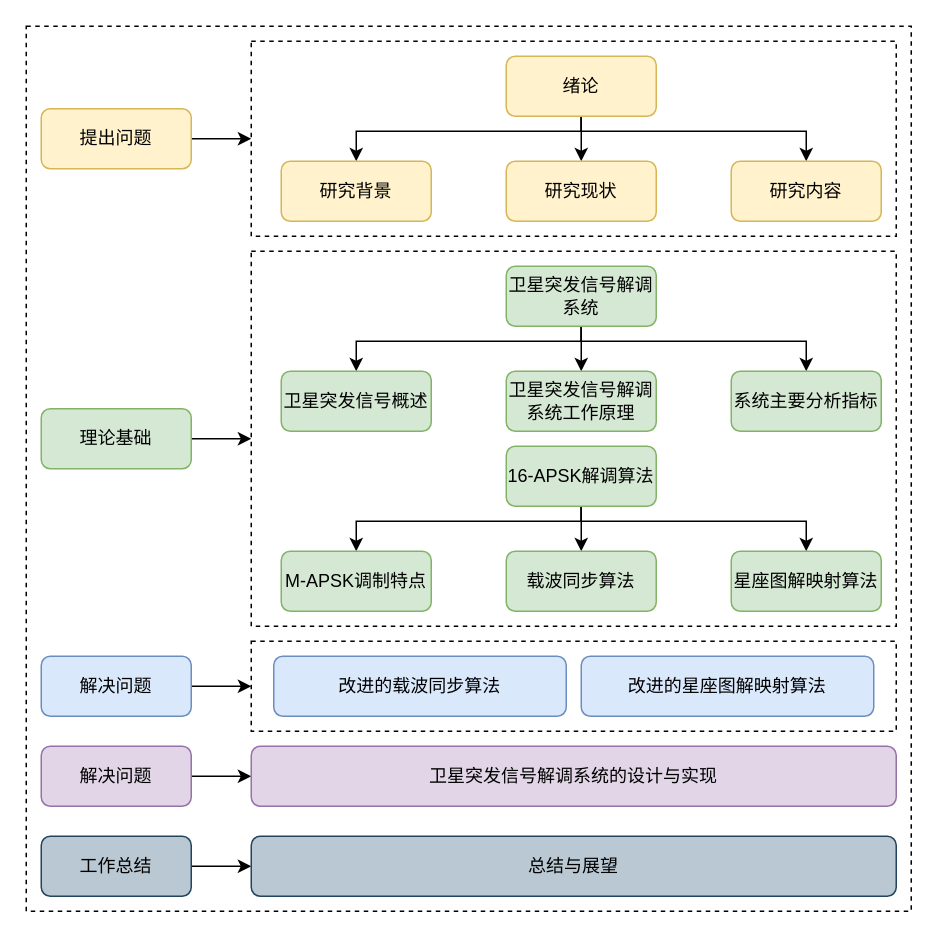
Earlier version of the draw.io diagram img/论文结构框架.drawio (Thesis7/satellite-burst-signal-demodulation-system-lab). Source tidied: cells renumbered, new cells numbered last; positions are measured from the earlier drawing's top-left corner, leaving out a move shared by most shapes. Both pictures are drawn from the tidied source at 150%, with x=0, y=0 at pixel (26, 26).
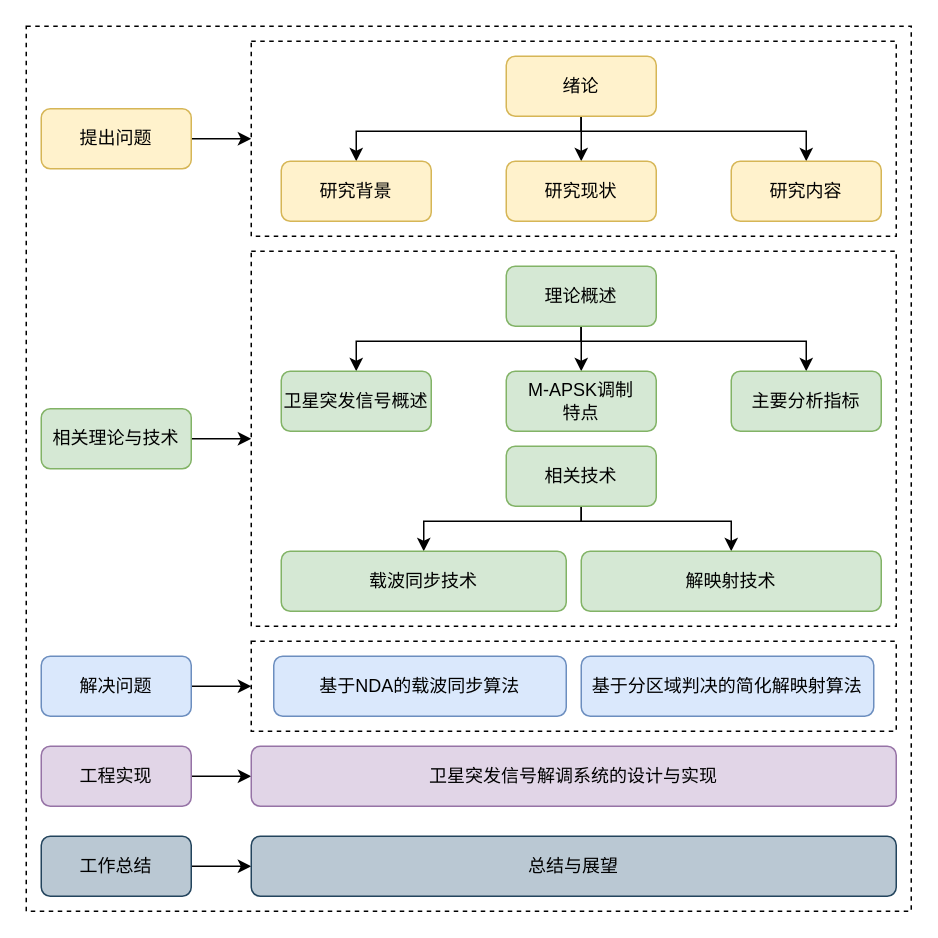
After the change.

Commit message:
更新论文结构框架.drawio

The edit, as a diff of the source:
```diff
@@
-    <mxCell id="16" value="理论基础" style="rounded=1;whiteSpace=wrap;html=1;fillColor=#d5e8d4;strokeColor=#82b366;" parent="1" vertex="1">
+    <mxCell id="16" value="相关理论与技术" style="rounded=1;whiteSpace=wrap;html=1;fillColor=#d5e8d4;strokeColor=#82b366;" parent="1" vertex="1">
       <mxGeometry x="10" y="255" width="100" height="40" as="geometry" />
     </mxCell>
@@
-    <mxCell id="20" value="卫星突发信号解调系统" style="rounded=1;whiteSpace=wrap;html=1;fillColor=#d5e8d4;strokeColor=#82b366;" parent="1" vertex="1">
+    <mxCell id="20" value="理论概述" style="rounded=1;whiteSpace=wrap;html=1;fillColor=#d5e8d4;strokeColor=#82b366;" parent="1" vertex="1">
       <mxGeometry x="320" y="160" width="100" height="40" as="geometry" />
     </mxCell>
@@
-    <mxCell id="22" value="卫星突发信号解调系统工作原理" style="rounded=1;whiteSpace=wrap;html=1;fillColor=#d5e8d4;strokeColor=#82b366;" parent="1" vertex="1">
+    <mxCell id="22" value="M-APSK调制&lt;div&gt;特点&lt;/div&gt;" style="rounded=1;whiteSpace=wrap;html=1;fillColor=#d5e8d4;strokeColor=#82b366;" parent="1" vertex="1">
       <mxGeometry x="320" y="230" width="100" height="40" as="geometry" />
     </mxCell>
-    <mxCell id="23" value="系统主要分析指标" style="rounded=1;whiteSpace=wrap;html=1;fillColor=#d5e8d4;strokeColor=#82b366;" parent="1" vertex="1">
+    <mxCell id="23" value="主要分析指标" style="rounded=1;whiteSpace=wrap;html=1;fillColor=#d5e8d4;strokeColor=#82b366;" parent="1" vertex="1">
       <mxGeometry x="470" y="230" width="100" height="40" as="geometry" />
     </mxCell>
-    <mxCell id="24" style="edgeStyle=orthogonalEdgeStyle;rounded=0;jettySize=auto;html=1;exitX=0.5;exitY=1;exitDx=0;exitDy=0;entryX=0.5;entryY=0;entryDx=0;entryDy=0;" parent="1" edge="1" source="27" target="29">
-      <mxGeometry relative="1" as="geometry" />
-    </mxCell>
     <mxCell id="25" style="edgeStyle=orthogonalEdgeStyle;rounded=0;jettySize=auto;html=1;exitX=0.5;exitY=1;exitDx=0;exitDy=0;entryX=0.5;entryY=0;entryDx=0;entryDy=0;" parent="1" edge="1" source="27" target="30">
       <mxGeometry relative="1" as="geometry">
         <Array as="points">
           <mxPoint x="370" y="330" />
-          <mxPoint x="520" y="330" />
+          <mxPoint x="470" y="330" />
         </Array>
       </mxGeometry>
     </mxCell>
     <mxCell id="26" style="edgeStyle=orthogonalEdgeStyle;rounded=0;jettySize=auto;html=1;exitX=0.5;exitY=1;exitDx=0;exitDy=0;entryX=0.5;entryY=0;entryDx=0;entryDy=0;" parent="1" edge="1" source="27" target="28">
       <mxGeometry relative="1" as="geometry">
         <Array as="points">
           <mxPoint x="370" y="330" />
-          <mxPoint x="220" y="330" />
+          <mxPoint x="265" y="330" />
         </Array>
       </mxGeometry>
     </mxCell>
-    <mxCell id="27" value="16-APSK解调算法" style="rounded=1;whiteSpace=wrap;html=1;fillColor=#d5e8d4;strokeColor=#82b366;" parent="1" vertex="1">
+    <mxCell id="27" value="相关技术" style="rounded=1;whiteSpace=wrap;html=1;fillColor=#d5e8d4;strokeColor=#82b366;" parent="1" vertex="1">
       <mxGeometry x="320" y="280" width="100" height="40" as="geometry" />
     </mxCell>
-    <mxCell id="28" value="M-APSK调制特点" style="rounded=1;whiteSpace=wrap;html=1;fillColor=#d5e8d4;strokeColor=#82b366;" parent="1" vertex="1">
-      <mxGeometry x="170" y="350" width="100" height="40" as="geometry" />
+    <mxCell id="28" value="载波同步技术" style="rounded=1;whiteSpace=wrap;html=1;fillColor=#d5e8d4;strokeColor=#82b366;" parent="1" vertex="1">
+      <mxGeometry x="170" y="350" width="190" height="40" as="geometry" />
     </mxCell>
-    <mxCell id="29" value="载波同步算法" style="rounded=1;whiteSpace=wrap;html=1;fillColor=#d5e8d4;strokeColor=#82b366;" parent="1" vertex="1">
-      <mxGeometry x="320" y="350" width="100" height="40" as="geometry" />
-    </mxCell>
-    <mxCell id="30" value="星座图解映射算法" style="rounded=1;whiteSpace=wrap;html=1;fillColor=#d5e8d4;strokeColor=#82b366;" parent="1" vertex="1">
-      <mxGeometry x="470" y="350" width="100" height="40" as="geometry" />
+    <mxCell id="30" value="解映射技术" style="rounded=1;whiteSpace=wrap;html=1;fillColor=#d5e8d4;strokeColor=#82b366;" parent="1" vertex="1">
+      <mxGeometry x="370" y="350" width="200" height="40" as="geometry" />
     </mxCell>
@@
-    <mxCell id="33" value="改进的载波同步算法" style="rounded=1;whiteSpace=wrap;html=1;fillColor=#dae8fc;strokeColor=#6c8ebf;" parent="1" vertex="1">
+    <mxCell id="33" value="基于NDA的载波同步算法" style="rounded=1;whiteSpace=wrap;html=1;fillColor=#dae8fc;strokeColor=#6c8ebf;" parent="1" vertex="1">
       <mxGeometry x="165" y="420" width="195" height="40" as="geometry" />
     </mxCell>
-    <mxCell id="34" value="改进的星座图解映射算法" style="rounded=1;whiteSpace=wrap;html=1;fillColor=#dae8fc;strokeColor=#6c8ebf;" parent="1" vertex="1">
+    <mxCell id="34" value="基于分区域判决的简化解映射算法" style="rounded=1;whiteSpace=wrap;html=1;fillColor=#dae8fc;strokeColor=#6c8ebf;" parent="1" vertex="1">
       <mxGeometry x="370" y="420" width="195" height="40" as="geometry" />
     </mxCell>
@@
-    <mxCell id="36" value="解决问题" style="rounded=1;whiteSpace=wrap;html=1;fillColor=#e1d5e7;strokeColor=#9673a6;" parent="1" vertex="1">
+    <mxCell id="36" value="工程实现" style="rounded=1;whiteSpace=wrap;html=1;fillColor=#e1d5e7;strokeColor=#9673a6;" parent="1" vertex="1">
       <mxGeometry x="10" y="480" width="100" height="40" as="geometry" />
     </mxCell>
```
